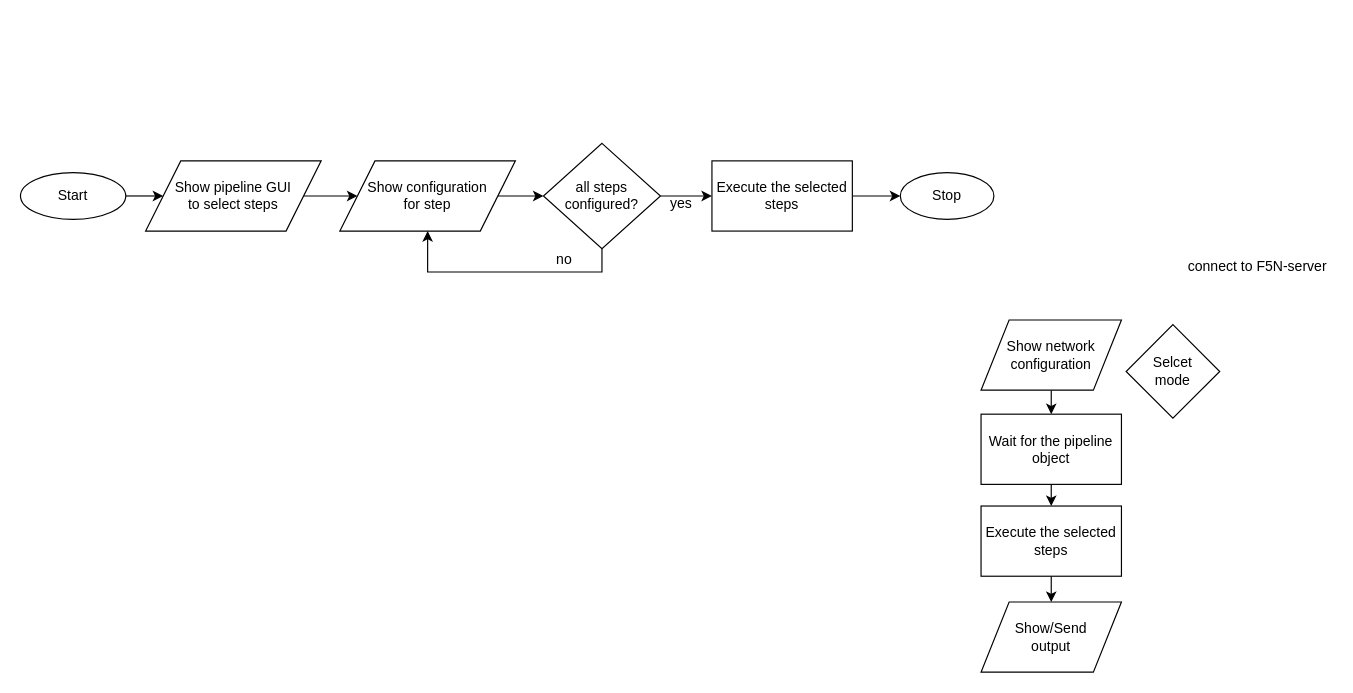
Before: page "only_standalone" (4 of 8) of server_mobile_connection.drawio in hiruna72/f5n, a draw.io diagram. Source tidied: cells renumbered, new cells numbered last; positions are measured from the earlier drawing's top-left corner, leaving out a move shared by most shapes. Both pictures are drawn from the tidied source at 117%, with x=0, y=0 at pixel (20, 143).
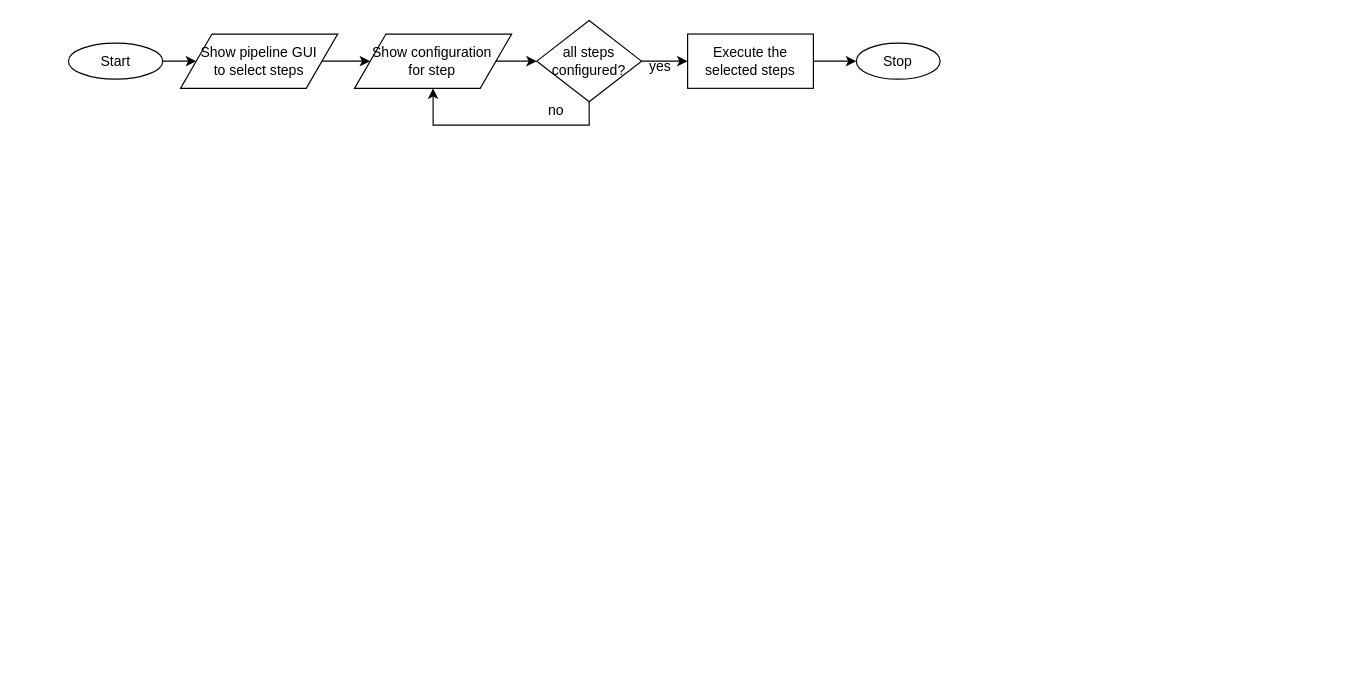
Above is the later version.

Diff of the diagram source:
```diff
@@
+    <mxCell id="25" style="group;" parent="1" vertex="1">
+      <mxGeometry x="41" y="-105" width="745" height="85" as="geometry" />
+    </mxCell>
+    <mxCell id="3" value="Start" style="ellipse;whiteSpace=wrap;html=1;" parent="25" vertex="1">
+      <mxGeometry y="19.3" width="80.6" height="30.9" as="geometry" />
+    </mxCell>
+    <mxCell id="6" value="&lt;div&gt;Show pipeline GUI&lt;/div&gt;&lt;div&gt;to select steps&lt;/div&gt;" style="shape=parallelogram;perimeter=parallelogramPerimeter;whiteSpace=wrap;html=1;" parent="25" vertex="1">
+      <mxGeometry x="95.8" y="11.6" width="134.3" height="46.4" as="geometry" />
+    </mxCell>
-    <mxCell id="2" style="edgeStyle=orthogonalEdgeStyle;rounded=0;jettySize=auto;html=1;exitX=1;exitY=0.5;exitDx=0;exitDy=0;entryX=0;entryY=0.5;entryDx=0;entryDy=0;" parent="1" edge="1" source="3" target="6">
+    <mxCell id="2" style="edgeStyle=orthogonalEdgeStyle;rounded=0;jettySize=auto;html=1;exitX=1;exitY=0.5;exitDx=0;exitDy=0;entryX=0;entryY=0.5;entryDx=0;entryDy=0;" parent="25" edge="1" source="3" target="6">
       <mxGeometry relative="1" as="geometry" />
     </mxCell>
-    <mxCell id="3" value="Start" style="ellipse;whiteSpace=wrap;html=1;" parent="1" vertex="1">
-      <mxGeometry y="25" width="90" height="40" as="geometry" />
-    </mxCell>
-    <mxCell id="4" value="&lt;div&gt;Selcet&lt;/div&gt;&lt;div&gt;mode&lt;/div&gt;" style="rhombus;whiteSpace=wrap;html=1;" parent="1" vertex="1">
-      <mxGeometry x="945" y="155" width="80" height="80" as="geometry" />
-    </mxCell>
+    <mxCell id="8" value="&lt;div&gt;Show configuration&lt;/div&gt;&lt;div&gt;for step&lt;/div&gt;" style="shape=parallelogram;perimeter=parallelogramPerimeter;whiteSpace=wrap;html=1;" parent="25" vertex="1">
+      <mxGeometry x="244.5" y="11.6" width="134.3" height="46.4" as="geometry" />
+    </mxCell>
-    <mxCell id="5" style="edgeStyle=orthogonalEdgeStyle;rounded=0;jettySize=auto;html=1;exitX=1;exitY=0.5;exitDx=0;exitDy=0;entryX=0;entryY=0.5;entryDx=0;entryDy=0;" parent="1" edge="1" source="6" target="8">
+    <mxCell id="5" style="edgeStyle=orthogonalEdgeStyle;rounded=0;jettySize=auto;html=1;exitX=1;exitY=0.5;exitDx=0;exitDy=0;entryX=0;entryY=0.5;entryDx=0;entryDy=0;" parent="25" edge="1" source="6" target="8">
       <mxGeometry relative="1" as="geometry" />
     </mxCell>
-    <mxCell id="6" value="&lt;div&gt;Show pipeline GUI&lt;/div&gt;&lt;div&gt;to select steps&lt;/div&gt;" style="shape=parallelogram;perimeter=parallelogramPerimeter;whiteSpace=wrap;html=1;" parent="1" vertex="1">
-      <mxGeometry x="107" y="15" width="150" height="60" as="geometry" />
-    </mxCell>
-    <mxCell id="7" style="edgeStyle=orthogonalEdgeStyle;rounded=0;jettySize=auto;html=1;exitX=1;exitY=0.5;exitDx=0;exitDy=0;entryX=0;entryY=0.5;entryDx=0;entryDy=0;" parent="1" edge="1" source="8" target="11">
-      <mxGeometry relative="1" as="geometry" />
-    </mxCell>
-    <mxCell id="8" value="&lt;div&gt;Show configuration&lt;/div&gt;&lt;div&gt;for step&lt;/div&gt;" style="shape=parallelogram;perimeter=parallelogramPerimeter;whiteSpace=wrap;html=1;" parent="1" vertex="1">
-      <mxGeometry x="273" y="15" width="150" height="60" as="geometry" />
-    </mxCell>
-    <mxCell id="9" style="edgeStyle=orthogonalEdgeStyle;rounded=0;jettySize=auto;html=1;exitX=1;exitY=0.5;exitDx=0;exitDy=0;entryX=0;entryY=0.5;entryDx=0;entryDy=0;" parent="1" edge="1" source="11" target="24">
-      <mxGeometry relative="1" as="geometry" />
-    </mxCell>
-    <mxCell id="10" style="edgeStyle=orthogonalEdgeStyle;rounded=0;jettySize=auto;html=1;exitX=0.5;exitY=1;exitDx=0;exitDy=0;entryX=0.5;entryY=1;entryDx=0;entryDy=0;" parent="1" edge="1" source="11" target="8">
+    <mxCell id="10" style="edgeStyle=orthogonalEdgeStyle;rounded=0;jettySize=auto;html=1;exitX=0.5;exitY=1;exitDx=0;exitDy=0;entryX=0.5;entryY=1;entryDx=0;entryDy=0;" parent="25" edge="1" source="11" target="8">
       <mxGeometry relative="1" as="geometry" />
     </mxCell>
-    <mxCell id="11" value="all steps configured?" style="rhombus;whiteSpace=wrap;html=1;" parent="1" vertex="1">
-      <mxGeometry x="447" width="100" height="90" as="geometry" />
+    <mxCell id="11" value="all steps configured?" style="rhombus;whiteSpace=wrap;html=1;" parent="25" vertex="1">
+      <mxGeometry x="400.3" width="89.5" height="69.5" as="geometry" />
     </mxCell>
-    <mxCell id="12" style="edgeStyle=orthogonalEdgeStyle;rounded=1;jettySize=auto;html=1;exitX=0.5;exitY=1;exitDx=0;exitDy=0;entryX=0.5;entryY=0;entryDx=0;entryDy=0;" parent="1" edge="1" source="13" target="17">
-      <mxGeometry relative="1" as="geometry" />
-    </mxCell>
-    <mxCell id="13" value="Show network configuration" style="shape=parallelogram;perimeter=parallelogramPerimeter;whiteSpace=wrap;html=1;" parent="1" vertex="1">
-      <mxGeometry x="821" y="151" width="120" height="60" as="geometry" />
-    </mxCell>
-    <mxCell id="14" value="connect to F5N-server" style="text;html=1;strokeColor=none;fillColor=none;align=center;verticalAlign=middle;whiteSpace=wrap;rounded=0;" parent="1" vertex="1">
-      <mxGeometry x="994" y="96" width="127" height="20" as="geometry" />
-    </mxCell>
+    <mxCell id="7" style="edgeStyle=orthogonalEdgeStyle;rounded=0;jettySize=auto;html=1;exitX=1;exitY=0.5;exitDx=0;exitDy=0;entryX=0;entryY=0.5;entryDx=0;entryDy=0;" parent="25" edge="1" source="8" target="11">
+      <mxGeometry relative="1" as="geometry" />
+    </mxCell>
-    <mxCell id="15" value="yes" style="text;html=1;strokeColor=none;fillColor=none;align=center;verticalAlign=middle;whiteSpace=wrap;rounded=0;" parent="1" vertex="1">
-      <mxGeometry x="545" y="42" width="40" height="20" as="geometry" />
+    <mxCell id="15" value="yes" style="text;html=1;strokeColor=none;fillColor=none;align=center;verticalAlign=middle;whiteSpace=wrap;rounded=0;" parent="25" vertex="1">
+      <mxGeometry x="488" y="32.5" width="35.8" height="15.5" as="geometry" />
     </mxCell>
-    <mxCell id="16" style="edgeStyle=orthogonalEdgeStyle;rounded=1;jettySize=auto;html=1;exitX=0.5;exitY=1;exitDx=0;exitDy=0;entryX=0.5;entryY=0;entryDx=0;entryDy=0;" parent="1" edge="1" source="17" target="19">
-      <mxGeometry relative="1" as="geometry" />
-    </mxCell>
-    <mxCell id="17" value="Wait for the pipeline object" style="rounded=0;whiteSpace=wrap;html=1;" parent="1" vertex="1">
-      <mxGeometry x="821" y="231.5" width="120" height="60" as="geometry" />
-    </mxCell>
-    <mxCell id="18" style="edgeStyle=orthogonalEdgeStyle;rounded=1;jettySize=auto;html=1;exitX=0.5;exitY=1;exitDx=0;exitDy=0;entryX=0.5;entryY=0;entryDx=0;entryDy=0;" parent="1" edge="1" source="19" target="20">
-      <mxGeometry relative="1" as="geometry" />
-    </mxCell>
-    <mxCell id="19" value="Execute the selected steps" style="rounded=0;whiteSpace=wrap;html=1;" parent="1" vertex="1">
-      <mxGeometry x="821" y="310" width="120" height="60" as="geometry" />
-    </mxCell>
-    <mxCell id="20" value="&lt;div&gt;Show/Send&lt;/div&gt;&lt;div&gt; output&lt;/div&gt;" style="shape=parallelogram;perimeter=parallelogramPerimeter;whiteSpace=wrap;html=1;" parent="1" vertex="1">
-      <mxGeometry x="821" y="392" width="120" height="60" as="geometry" />
-    </mxCell>
-    <mxCell id="21" value="Stop" style="ellipse;whiteSpace=wrap;html=1;" parent="1" vertex="1">
-      <mxGeometry x="752" y="25" width="80" height="40" as="geometry" />
+    <mxCell id="21" value="Stop" style="ellipse;whiteSpace=wrap;html=1;" parent="25" vertex="1">
+      <mxGeometry x="673.4" y="19.3" width="71.6" height="30.9" as="geometry" />
     </mxCell>
-    <mxCell id="22" value="no" style="text;html=1;strokeColor=none;fillColor=none;align=center;verticalAlign=middle;whiteSpace=wrap;rounded=0;" parent="1" vertex="1">
-      <mxGeometry x="445" y="90" width="40" height="20" as="geometry" />
+    <mxCell id="22" value="no" style="text;html=1;strokeColor=none;fillColor=none;align=center;verticalAlign=middle;whiteSpace=wrap;rounded=0;" parent="25" vertex="1">
+      <mxGeometry x="398.5" y="69.5" width="35.8" height="15.5" as="geometry" />
     </mxCell>
-    <mxCell id="23" style="edgeStyle=orthogonalEdgeStyle;rounded=0;jettySize=auto;html=1;exitX=1;exitY=0.5;exitDx=0;exitDy=0;" parent="1" edge="1" source="24" target="21">
+    <mxCell id="23" style="edgeStyle=orthogonalEdgeStyle;rounded=0;jettySize=auto;html=1;exitX=1;exitY=0.5;exitDx=0;exitDy=0;" parent="25" edge="1" source="24" target="21">
       <mxGeometry relative="1" as="geometry" />
     </mxCell>
-    <mxCell id="24" value="Execute the selected steps" style="rounded=0;whiteSpace=wrap;html=1;" parent="1" vertex="1">
-      <mxGeometry x="591" y="15" width="120" height="60" as="geometry" />
+    <mxCell id="24" value="Execute the selected steps" style="rounded=0;whiteSpace=wrap;html=1;" parent="25" vertex="1">
+      <mxGeometry x="529.2" y="11.6" width="107.5" height="46.4" as="geometry" />
     </mxCell>
+    <mxCell id="9" style="edgeStyle=orthogonalEdgeStyle;rounded=0;jettySize=auto;html=1;exitX=1;exitY=0.5;exitDx=0;exitDy=0;entryX=0;entryY=0.5;entryDx=0;entryDy=0;" parent="25" edge="1" source="11" target="24">
+      <mxGeometry relative="1" as="geometry" />
+    </mxCell>
```
